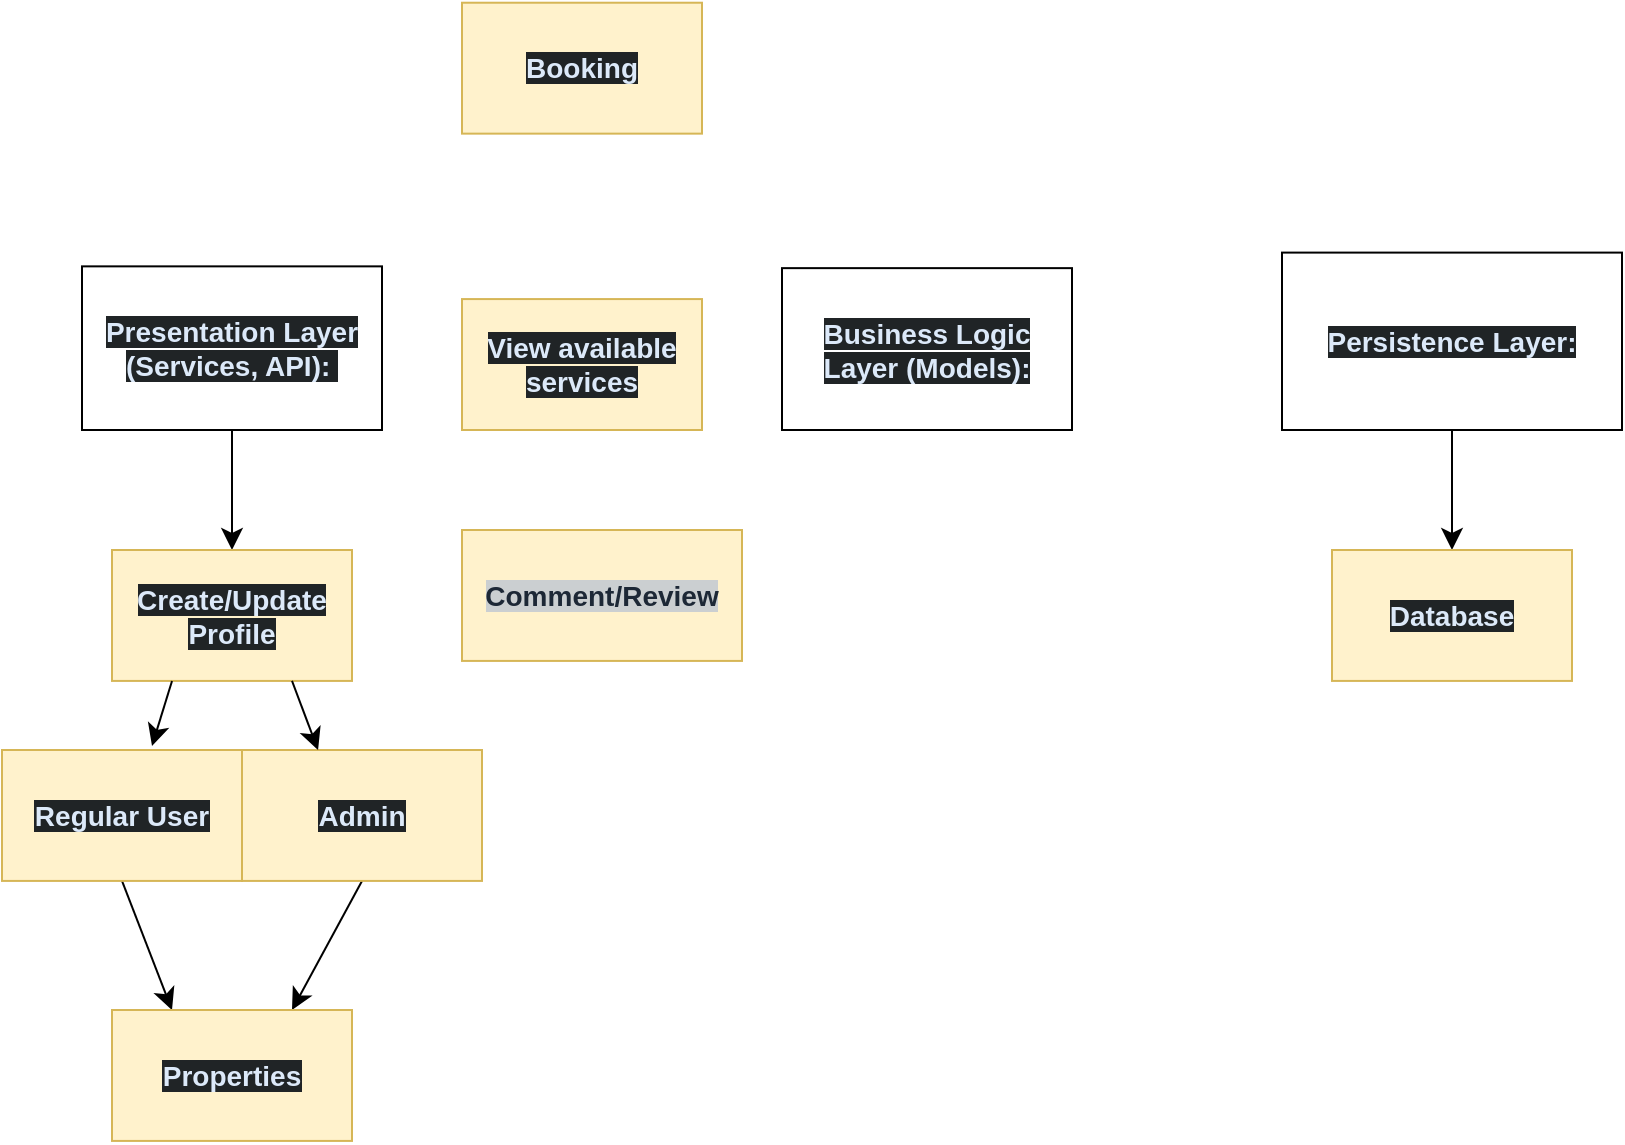
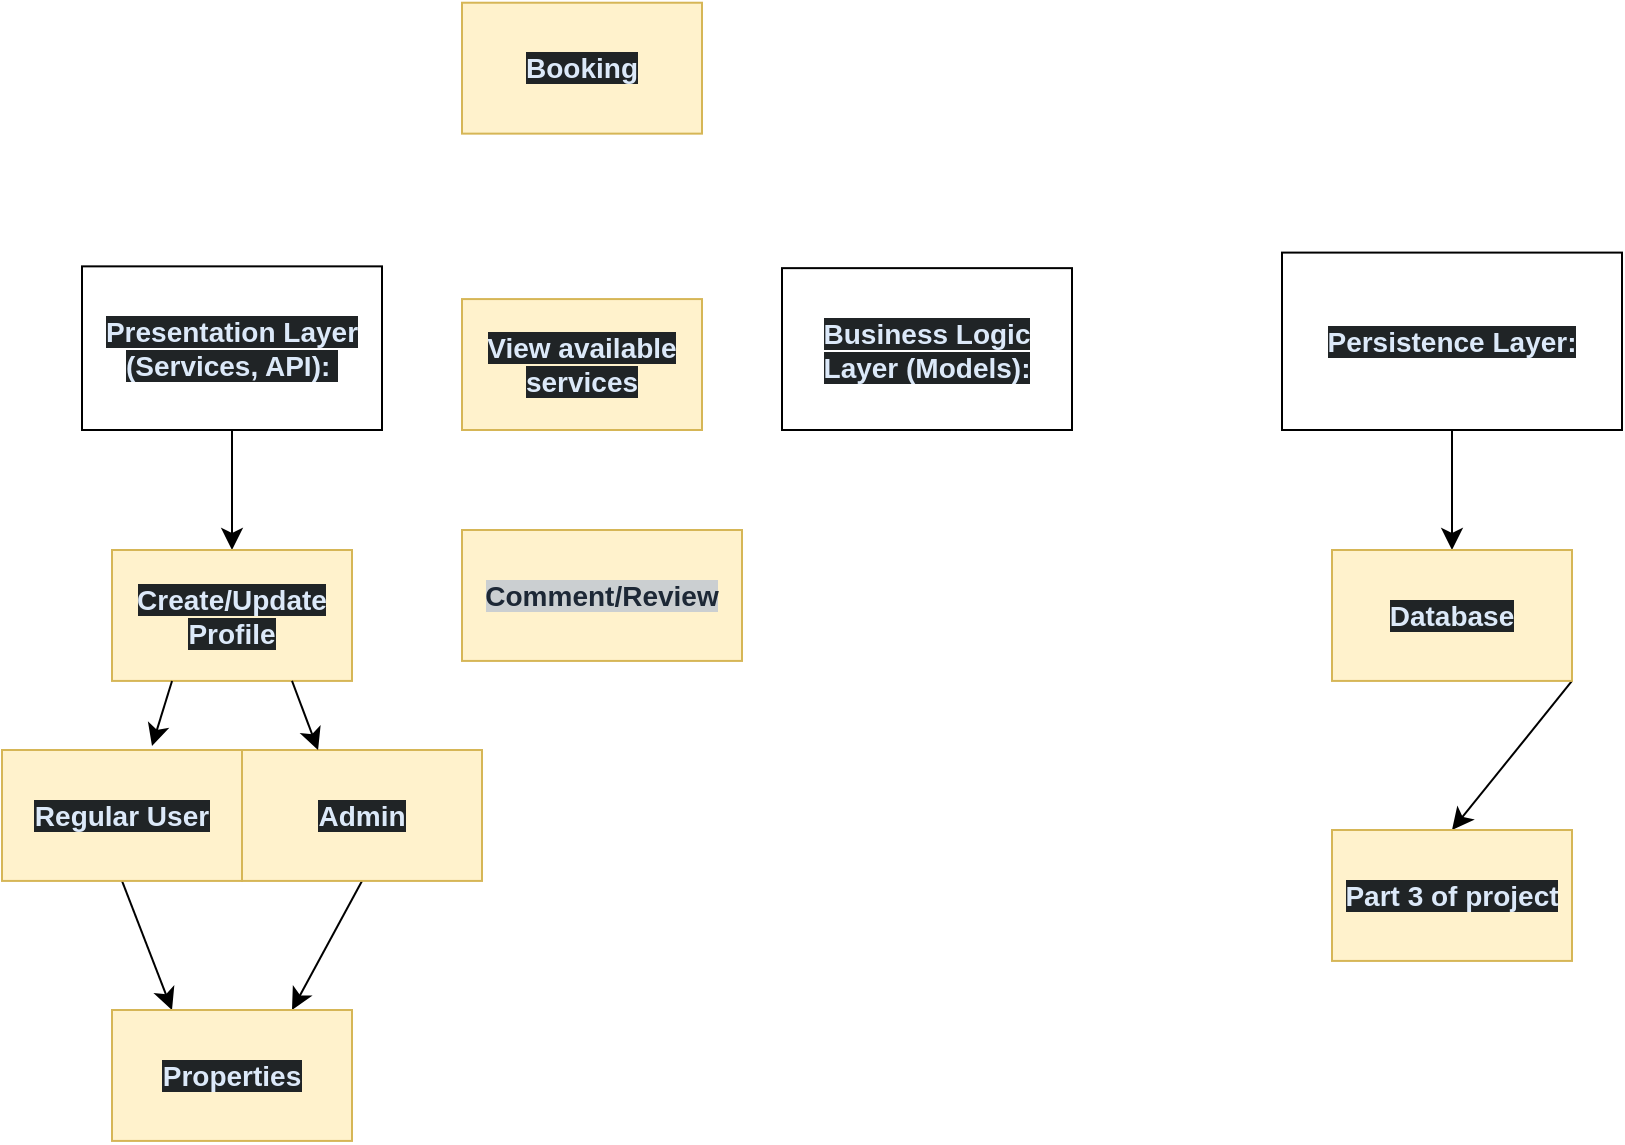
<mxfile host="app.diagrams.net">
  <diagram name="Page-1" id="-YqvBdWR7zro55ob8_1u">
    <mxGraphModel dx="1414" dy="881" grid="1" gridSize="10" guides="1" tooltips="1" connect="1" arrows="1" fold="1" page="1" pageScale="1" pageWidth="850" pageHeight="1100" math="0" shadow="0">
      <root>
        <mxCell id="0" />
        <mxCell id="1" parent="0" />
        <mxCell id="knfjWByLyRWuwcYY4K55-11" edge="1" parent="1" source="hUDn5ZNKDxH-Q9J3WyCt-1" style="edgeStyle=none;curved=1;rounded=0;orthogonalLoop=1;jettySize=auto;html=1;exitX=0.5;exitY=1;exitDx=0;exitDy=0;fontSize=12;startSize=8;endSize=8;" target="knfjWByLyRWuwcYY4K55-1">
          <mxGeometry relative="1" as="geometry" />
        </mxCell>
        <mxCell id="hUDn5ZNKDxH-Q9J3WyCt-1" parent="1" style="rounded=0;whiteSpace=wrap;html=1;" value="&lt;strong style=&quot;box-sizing: border-box; font-weight: bold; scrollbar-color: rgb(95, 99, 104) rgb(49, 54, 60); color: rgb(220, 233, 249); font-family: aktiv-grotesk, sans-serif; font-size: 14px; text-align: start; background-color: rgb(32, 36, 38);&quot;&gt;Presentation Layer (Services, API):&lt;/strong&gt;&lt;span style=&quot;color: rgb(220, 233, 249); font-family: aktiv-grotesk, sans-serif; font-size: 14px; text-align: start; background-color: rgb(32, 36, 38);&quot;&gt;&amp;nbsp;&lt;/span&gt;" vertex="1">
          <mxGeometry height="81.82" width="150" x="40" y="258.18" as="geometry" />
        </mxCell>
        <mxCell id="hUDn5ZNKDxH-Q9J3WyCt-2" parent="1" style="rounded=0;whiteSpace=wrap;html=1;" value="&lt;strong style=&quot;box-sizing: border-box; font-weight: bold; scrollbar-color: rgb(95, 99, 104) rgb(49, 54, 60); color: rgb(220, 233, 249); font-family: aktiv-grotesk, sans-serif; font-size: 14px; text-align: start; background-color: rgb(32, 36, 38);&quot;&gt;Business Logic Layer (Models):&lt;/strong&gt;" vertex="1">
          <mxGeometry height="80.93" width="145" x="390" y="259.07" as="geometry" />
        </mxCell>
        <mxCell id="knfjWByLyRWuwcYY4K55-10" edge="1" parent="1" source="hUDn5ZNKDxH-Q9J3WyCt-3" style="edgeStyle=none;curved=1;rounded=0;orthogonalLoop=1;jettySize=auto;html=1;exitX=0.5;exitY=1;exitDx=0;exitDy=0;entryX=0.5;entryY=0;entryDx=0;entryDy=0;fontSize=12;startSize=8;endSize=8;" target="knfjWByLyRWuwcYY4K55-9">
          <mxGeometry relative="1" as="geometry" />
        </mxCell>
        <mxCell id="hUDn5ZNKDxH-Q9J3WyCt-3" parent="1" style="rounded=0;whiteSpace=wrap;html=1;" value="&lt;strong style=&quot;box-sizing: border-box; font-weight: bold; scrollbar-color: rgb(95, 99, 104) rgb(49, 54, 60); color: rgb(220, 233, 249); font-family: aktiv-grotesk, sans-serif; font-size: 14px; text-align: start; background-color: rgb(32, 36, 38);&quot;&gt;Persistence Layer:&lt;/strong&gt;" vertex="1">
          <mxGeometry height="88.7" width="170" x="640" y="251.3" as="geometry" />
        </mxCell>
        <mxCell id="nDmQYND_-jVZAFU5oeKq-2" parent="1" style="rounded=0;whiteSpace=wrap;html=1;fillColor=#fff2cc;strokeColor=#d6b656;" value="&lt;div style=&quot;text-align: start;&quot;&gt;&lt;font color=&quot;#dce9f9&quot; face=&quot;aktiv-grotesk, sans-serif&quot;&gt;&lt;span style=&quot;font-size: 14px; background-color: rgb(32, 36, 38);&quot;&gt;&lt;b&gt;Booking&lt;/b&gt;&lt;/span&gt;&lt;/font&gt;&lt;/div&gt;" vertex="1">
          <mxGeometry height="65.46" width="120" x="230" y="126.36" as="geometry" />
        </mxCell>
        <mxCell id="nDmQYND_-jVZAFU5oeKq-3" parent="1" style="rounded=0;whiteSpace=wrap;html=1;align=center;fillColor=#fff2cc;strokeColor=#d6b656;" value="&lt;div style=&quot;&quot;&gt;&lt;font color=&quot;#dce9f9&quot; face=&quot;aktiv-grotesk, sans-serif&quot;&gt;&lt;span style=&quot;font-size: 14px; background-color: rgb(32, 36, 38);&quot;&gt;&lt;b&gt;View available services&lt;/b&gt;&lt;/span&gt;&lt;/font&gt;&lt;/div&gt;" vertex="1">
          <mxGeometry height="65.46" width="120" x="230" y="274.54" as="geometry" />
        </mxCell>
        <mxCell id="nDmQYND_-jVZAFU5oeKq-4" parent="1" style="rounded=0;whiteSpace=wrap;html=1;align=center;fillColor=#fff2cc;strokeColor=#d6b656;" value="&lt;div style=&quot;&quot;&gt;&lt;font color=&quot;#1d2836&quot; face=&quot;aktiv-grotesk, sans-serif&quot;&gt;&lt;span style=&quot;font-size: 14px; background-color: rgb(203, 207, 209);&quot;&gt;&lt;b&gt;Comment/Review&lt;/b&gt;&lt;/span&gt;&lt;/font&gt;&lt;/div&gt;" vertex="1">
          <mxGeometry height="65.46" width="140" x="230" y="390" as="geometry" />
        </mxCell>
        <mxCell id="knfjWByLyRWuwcYY4K55-1" parent="1" style="rounded=0;whiteSpace=wrap;html=1;align=center;fillColor=#fff2cc;strokeColor=#d6b656;" value="&lt;div style=&quot;&quot;&gt;&lt;font color=&quot;#dce9f9&quot; face=&quot;aktiv-grotesk, sans-serif&quot;&gt;&lt;span style=&quot;font-size: 14px; background-color: rgb(32, 36, 38);&quot;&gt;&lt;b&gt;Create/Update Profile&lt;/b&gt;&lt;/span&gt;&lt;/font&gt;&lt;/div&gt;" vertex="1">
          <mxGeometry height="65.46" width="120" x="55" y="400" as="geometry" />
        </mxCell>
        <mxCell id="knfjWByLyRWuwcYY4K55-12" edge="1" parent="1" source="knfjWByLyRWuwcYY4K55-3" style="edgeStyle=none;curved=1;rounded=0;orthogonalLoop=1;jettySize=auto;html=1;exitX=0.5;exitY=1;exitDx=0;exitDy=0;entryX=0.25;entryY=0;entryDx=0;entryDy=0;fontSize=12;startSize=8;endSize=8;" target="knfjWByLyRWuwcYY4K55-7">
          <mxGeometry relative="1" as="geometry" />
        </mxCell>
        <mxCell id="knfjWByLyRWuwcYY4K55-3" parent="1" style="rounded=0;whiteSpace=wrap;html=1;align=center;fillColor=#fff2cc;strokeColor=#d6b656;" value="&lt;div style=&quot;&quot;&gt;&lt;font color=&quot;#dce9f9&quot; face=&quot;aktiv-grotesk, sans-serif&quot;&gt;&lt;span style=&quot;font-size: 14px; background-color: rgb(32, 36, 38);&quot;&gt;&lt;b&gt;Regular User&lt;/b&gt;&lt;/span&gt;&lt;/font&gt;&lt;/div&gt;" vertex="1">
          <mxGeometry height="65.46" width="120" y="500" as="geometry" />
        </mxCell>
        <mxCell id="knfjWByLyRWuwcYY4K55-13" edge="1" parent="1" source="knfjWByLyRWuwcYY4K55-4" style="edgeStyle=none;curved=1;rounded=0;orthogonalLoop=1;jettySize=auto;html=1;exitX=0.5;exitY=1;exitDx=0;exitDy=0;entryX=0.75;entryY=0;entryDx=0;entryDy=0;fontSize=12;startSize=8;endSize=8;" target="knfjWByLyRWuwcYY4K55-7">
          <mxGeometry relative="1" as="geometry" />
        </mxCell>
        <mxCell id="knfjWByLyRWuwcYY4K55-4" parent="1" style="rounded=0;whiteSpace=wrap;html=1;align=center;fillColor=#fff2cc;strokeColor=#d6b656;" value="&lt;div style=&quot;&quot;&gt;&lt;font color=&quot;#dce9f9&quot; face=&quot;aktiv-grotesk, sans-serif&quot;&gt;&lt;span style=&quot;font-size: 14px; background-color: rgb(32, 36, 38);&quot;&gt;&lt;b&gt;Admin&lt;/b&gt;&lt;/span&gt;&lt;/font&gt;&lt;/div&gt;" vertex="1">
          <mxGeometry height="65.46" width="120" x="120" y="500" as="geometry" />
        </mxCell>
        <mxCell id="knfjWByLyRWuwcYY4K55-5" edge="1" parent="1" source="knfjWByLyRWuwcYY4K55-1" style="edgeStyle=none;curved=1;rounded=0;orthogonalLoop=1;jettySize=auto;html=1;exitX=0.25;exitY=1;exitDx=0;exitDy=0;entryX=0.625;entryY=-0.031;entryDx=0;entryDy=0;entryPerimeter=0;fontSize=12;startSize=8;endSize=8;" target="knfjWByLyRWuwcYY4K55-3">
          <mxGeometry relative="1" as="geometry" />
        </mxCell>
        <mxCell id="knfjWByLyRWuwcYY4K55-6" edge="1" parent="1" source="knfjWByLyRWuwcYY4K55-1" style="edgeStyle=none;curved=1;rounded=0;orthogonalLoop=1;jettySize=auto;html=1;exitX=0.75;exitY=1;exitDx=0;exitDy=0;entryX=0.317;entryY=0;entryDx=0;entryDy=0;entryPerimeter=0;fontSize=12;startSize=8;endSize=8;" target="knfjWByLyRWuwcYY4K55-4">
          <mxGeometry relative="1" as="geometry" />
        </mxCell>
        <mxCell id="knfjWByLyRWuwcYY4K55-7" parent="1" style="rounded=0;whiteSpace=wrap;html=1;align=center;fillColor=#fff2cc;strokeColor=#d6b656;" value="&lt;div style=&quot;&quot;&gt;&lt;font color=&quot;#dce9f9&quot; face=&quot;aktiv-grotesk, sans-serif&quot;&gt;&lt;span style=&quot;font-size: 14px; background-color: rgb(32, 36, 38);&quot;&gt;&lt;b&gt;Properties&lt;/b&gt;&lt;/span&gt;&lt;/font&gt;&lt;/div&gt;" vertex="1">
          <mxGeometry height="65.46" width="120" x="55" y="630" as="geometry" />
        </mxCell>
+         <mxCell id="knfjWByLyRWuwcYY4K55-16" edge="1" parent="1" source="knfjWByLyRWuwcYY4K55-9" style="edgeStyle=none;curved=1;rounded=0;orthogonalLoop=1;jettySize=auto;html=1;exitX=1;exitY=1;exitDx=0;exitDy=0;entryX=0.5;entryY=0;entryDx=0;entryDy=0;fontSize=12;startSize=8;endSize=8;" target="knfjWByLyRWuwcYY4K55-14">
+           <mxGeometry relative="1" as="geometry" />
+         </mxCell>
        <mxCell id="knfjWByLyRWuwcYY4K55-9" parent="1" style="rounded=0;whiteSpace=wrap;html=1;align=center;fillColor=#fff2cc;strokeColor=#d6b656;" value="&lt;div style=&quot;&quot;&gt;&lt;font color=&quot;#dce9f9&quot; face=&quot;aktiv-grotesk, sans-serif&quot;&gt;&lt;span style=&quot;font-size: 14px; background-color: rgb(32, 36, 38);&quot;&gt;&lt;b&gt;Database&lt;/b&gt;&lt;/span&gt;&lt;/font&gt;&lt;/div&gt;" vertex="1">
          <mxGeometry height="65.46" width="120" x="665" y="400" as="geometry" />
+         </mxCell>
+         <mxCell id="knfjWByLyRWuwcYY4K55-14" parent="1" style="rounded=0;whiteSpace=wrap;html=1;align=center;fillColor=#fff2cc;strokeColor=#d6b656;" value="&lt;div style=&quot;&quot;&gt;&lt;font color=&quot;#dce9f9&quot; face=&quot;aktiv-grotesk, sans-serif&quot;&gt;&lt;span style=&quot;font-size: 14px; background-color: rgb(32, 36, 38);&quot;&gt;&lt;b&gt;Part 3 of project&lt;/b&gt;&lt;/span&gt;&lt;/font&gt;&lt;/div&gt;" vertex="1">
+           <mxGeometry height="65.46" width="120" x="665" y="540" as="geometry" />
        </mxCell>
      </root>
    </mxGraphModel>
  </diagram>
</mxfile>
